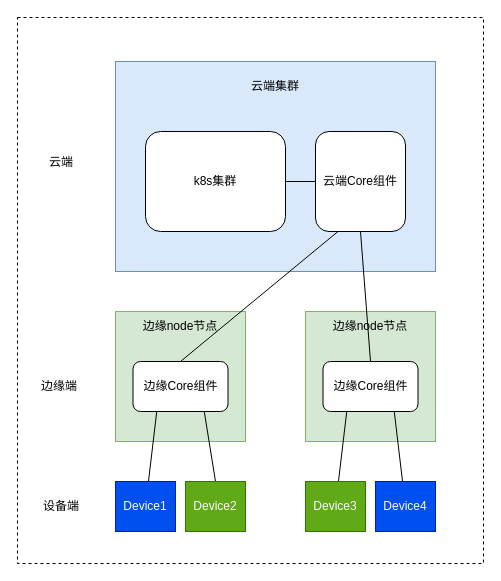
This is page "逻辑架构图" (1 of 2) of kubeedge架构图.drawio from adtxgc/diagrams, a draw.io file, before an edit. Source tidied: cells renumbered, new cells numbered last; positions are measured from the earlier drawing's top-left corner, leaving out a move shared by most shapes. Both pictures are drawn from the tidied source at 100%, with x=0, y=0 at pixel (17, 17).
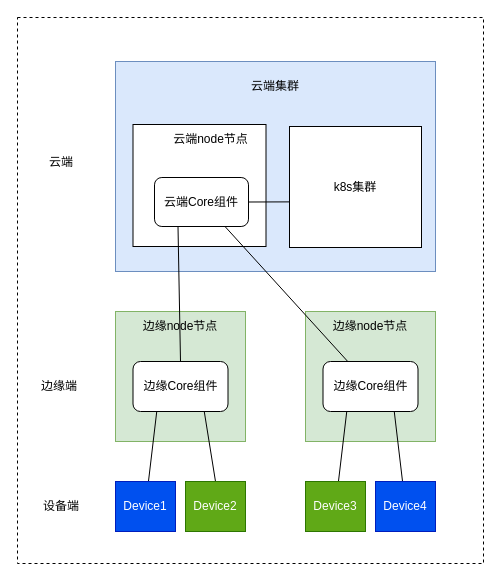
Above is the later version.

Unchanged cells that the change refers to:
```xml
<mxCell id="13" value="边缘Core组件" style="rounded=1;whiteSpace=wrap;html=1;" parent="1" vertex="1">
  <mxGeometry x="305.5" y="344" width="95" height="50" as="geometry" />
</mxCell>
```

Change to the diagram source:
```diff
@@
+    <mxCell id="4" style="rounded=0;whiteSpace=wrap;html=1;fillColor=#dae8fc;strokeColor=#6c8ebf;" parent="1" vertex="1">
+      <mxGeometry x="98" y="44" width="320" height="210" as="geometry" />
+    </mxCell>
+    <mxCell id="27" style="rounded=0;whiteSpace=wrap;html=1;" parent="1" vertex="1">
+      <mxGeometry x="115.5" y="107" width="133" height="122" as="geometry" />
+    </mxCell>
@@
-    <mxCell id="4" style="rounded=0;whiteSpace=wrap;html=1;fillColor=#dae8fc;strokeColor=#6c8ebf;" parent="1" vertex="1">
-      <mxGeometry x="98" y="44" width="320" height="210" as="geometry" />
-    </mxCell>
-    <mxCell id="5" style="edgeStyle=none;rounded=0;jettySize=auto;html=1;entryX=0;entryY=0.5;entryDx=0;entryDy=0;endArrow=none;endFill=0;" parent="1" edge="1" source="6" target="7">
+    <mxCell id="5" style="edgeStyle=none;rounded=0;jettySize=auto;html=1;entryX=1;entryY=0.5;entryDx=0;entryDy=0;endArrow=none;endFill=0;exitX=0.015;exitY=0.623;exitDx=0;exitDy=0;exitPerimeter=0;" parent="1" edge="1" source="6" target="7">
       <mxGeometry relative="1" as="geometry" />
     </mxCell>
-    <mxCell id="6" value="k8s集群" style="rounded=1;whiteSpace=wrap;html=1;" parent="1" vertex="1">
-      <mxGeometry x="128" y="114" width="140" height="100" as="geometry" />
+    <mxCell id="6" value="k8s集群" style="rounded=0;whiteSpace=wrap;html=1;" parent="1" vertex="1">
+      <mxGeometry x="272" y="109" width="132" height="121" as="geometry" />
     </mxCell>
     <mxCell id="7" value="云端Core组件" style="rounded=1;whiteSpace=wrap;html=1;" parent="1" vertex="1">
-      <mxGeometry x="298" y="114" width="90" height="100" as="geometry" />
+      <mxGeometry x="137" y="160" width="94" height="49" as="geometry" />
     </mxCell>
@@
-    <mxCell id="14" style="edgeStyle=none;rounded=0;jettySize=auto;html=1;entryX=0.5;entryY=1;entryDx=0;entryDy=0;exitX=0.5;exitY=0;exitDx=0;exitDy=0;endArrow=none;endFill=0;" parent="1" edge="1" source="13" target="7">
+    <mxCell id="14" style="edgeStyle=none;rounded=0;jettySize=auto;html=1;entryX=0.75;entryY=1;entryDx=0;entryDy=0;endArrow=none;endFill=0;" parent="1" edge="1" source="13" target="7">
       <mxGeometry relative="1" as="geometry" />
     </mxCell>
@@
+    <mxCell id="28" value="云端node节点" style="text;html=1;strokeColor=none;fillColor=none;align=center;verticalAlign=middle;whiteSpace=wrap;rounded=0;" parent="1" vertex="1">
+      <mxGeometry x="151" y="107" width="85" height="30" as="geometry" />
+    </mxCell>
```
